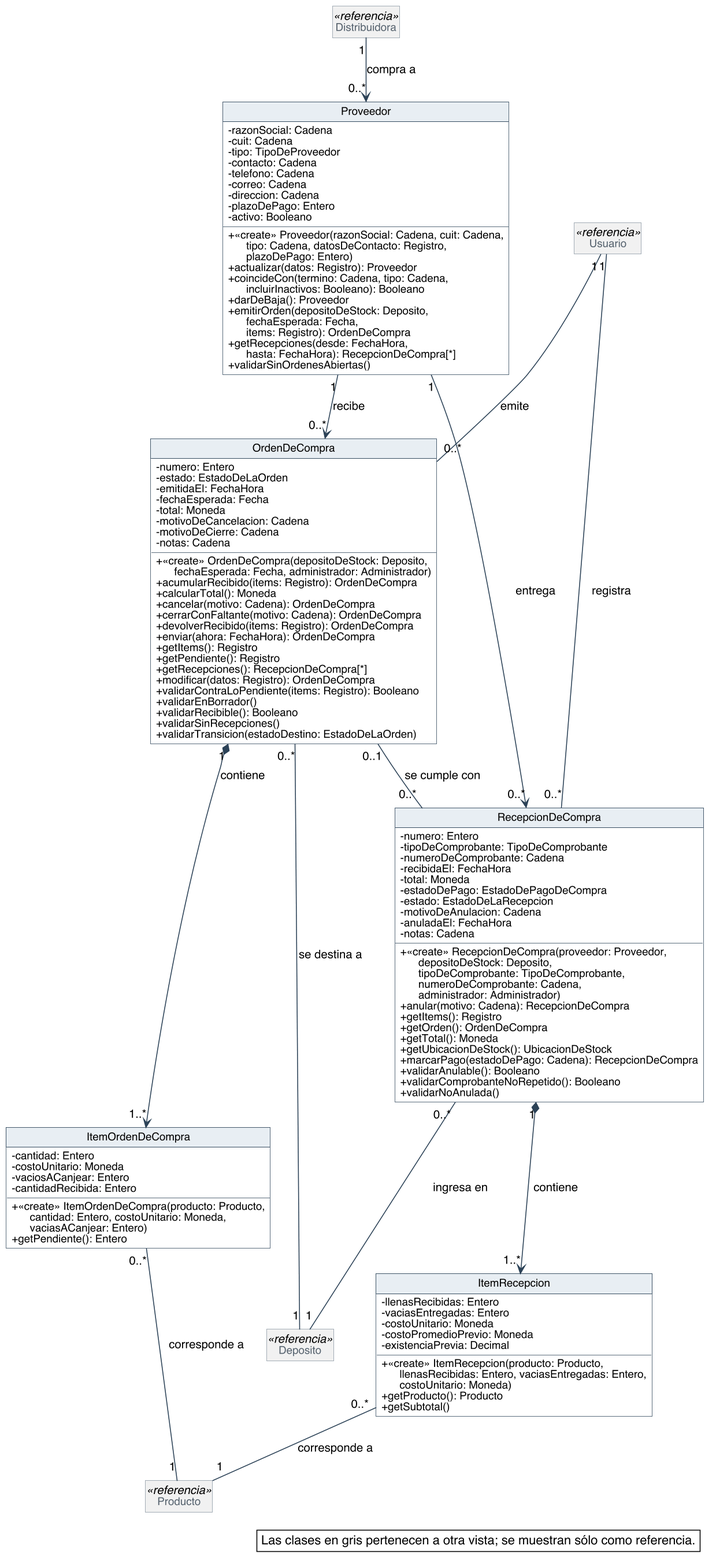
This is diagramas/clases-diseno/DC_Compras.png from Nahuelito-Dev/splg-docs, a PlantUML export, as it was before one commit.
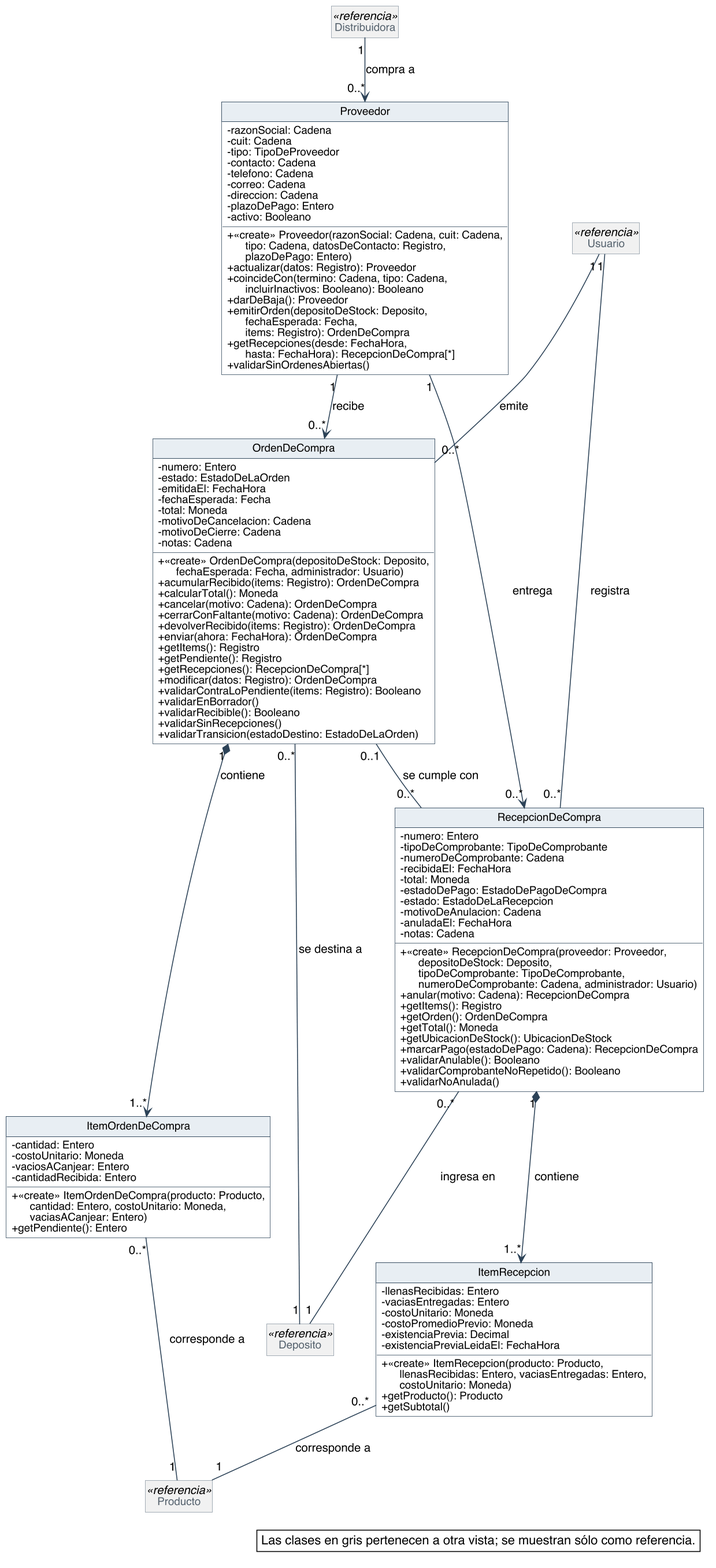
After the commit.

The edit, as a diff of the source:
```diff
@@ -84,7 +84,7 @@
   - motivoDeCancelacion: Cadena
   - motivoDeCierre: Cadena
   - notas: Cadena
-  + «create» OrdenDeCompra(depositoDeStock: Deposito,\n      fechaEsperada: Fecha, administrador: Administrador)
+  + «create» OrdenDeCompra(depositoDeStock: Deposito,\n      fechaEsperada: Fecha, administrador: Usuario)
   + acumularRecibido(items: Registro): OrdenDeCompra
   + calcularTotal(): Moneda
   + cancelar(motivo: Cadena): OrdenDeCompra
@@ -120,7 +120,7 @@
   - motivoDeAnulacion: Cadena
   - anuladaEl: FechaHora
   - notas: Cadena
-  + «create» RecepcionDeCompra(proveedor: Proveedor,\n      depositoDeStock: Deposito,\n      tipoDeComprobante: TipoDeComprobante,\n      numeroDeComprobante: Cadena,\n      administrador: Administrador)
+  + «create» RecepcionDeCompra(proveedor: Proveedor,\n      depositoDeStock: Deposito,\n      tipoDeComprobante: TipoDeComprobante,\n      numeroDeComprobante: Cadena, administrador: Usuario)
   + anular(motivo: Cadena): RecepcionDeCompra
   + getItems(): Registro
   + getOrden(): OrdenDeCompra
@@ -137,6 +137,7 @@
   - costoUnitario: Moneda
   - costoPromedioPrevio: Moneda
   - existenciaPrevia: Decimal
+  - existenciaPreviaLeidaEl: FechaHora
   + «create» ItemRecepcion(producto: Producto,\n      llenasRecibidas: Entero, vaciasEntregadas: Entero,\n      costoUnitario: Moneda)
   + getProducto(): Producto
   + getSubtotal()
```
